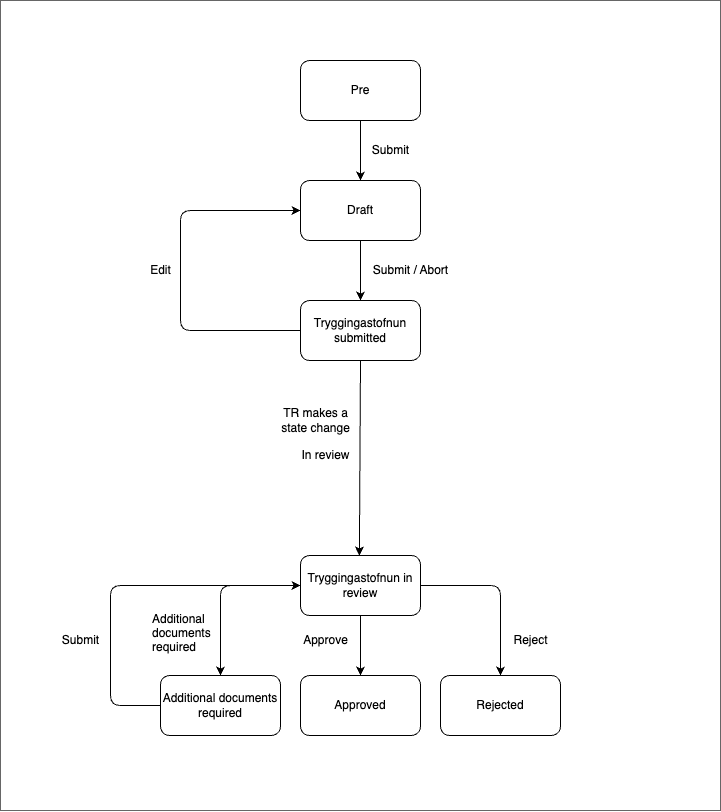
The draw.io diagram libs/application/templates/social-insurance-administration/core/assets/tr-applications-flow-chart.png in island-is/island.is, before a commit. Source tidied: cells renumbered, new cells last; positions are measured from the earlier drawing's top-left corner, leaving out a move shared by most shapes. Its diagram source:
```xml
<mxGraphModel>
  <root>
    <mxCell id="0" />
    <mxCell id="1" parent="0" />
    <mxCell id="2" style="whiteSpace=wrap;html=1;fillColor=#FFFFFF;gradientColor=none;strokeColor=#666666;" parent="1" vertex="1">
      <mxGeometry width="720" height="810" as="geometry" />
    </mxCell>
    <mxCell id="3" value="Draft" style="rounded=1;whiteSpace=wrap;html=1;" parent="1" vertex="1">
      <mxGeometry x="300" y="180" width="120" height="60" as="geometry" />
    </mxCell>
    <mxCell id="4" value="Tryggingastofnun submitted" style="rounded=1;whiteSpace=wrap;html=1;" parent="1" vertex="1">
      <mxGeometry x="300" y="300" width="120" height="60" as="geometry" />
    </mxCell>
    <mxCell id="5" value="Tryggingastofnun in review" style="rounded=1;whiteSpace=wrap;html=1;" parent="1" vertex="1">
      <mxGeometry x="300" y="555" width="120" height="60" as="geometry" />
    </mxCell>
    <mxCell id="6" value="Additional documents required" style="rounded=1;whiteSpace=wrap;html=1;" parent="1" vertex="1">
      <mxGeometry x="160" y="675" width="120" height="60" as="geometry" />
    </mxCell>
    <mxCell id="7" value="Approved" style="rounded=1;whiteSpace=wrap;html=1;" parent="1" vertex="1">
      <mxGeometry x="300" y="675" width="120" height="60" as="geometry" />
    </mxCell>
    <mxCell id="8" style="endArrow=classic;html=1;exitX=0;exitY=0.5;exitDx=0;exitDy=0;fontColor=#FFFFFF;strokeColor=#000000;entryX=0.5;entryY=0;entryDx=0;entryDy=0;" parent="1" edge="1" source="5" target="6">
      <mxGeometry relative="1" as="geometry">
        <Array as="points">
          <mxPoint x="220" y="585" />
        </Array>
      </mxGeometry>
    </mxCell>
    <mxCell id="9" style="endArrow=classic;html=1;entryX=0;entryY=0.5;entryDx=0;entryDy=0;exitX=0;exitY=0.5;exitDx=0;exitDy=0;fontColor=#FFFFFF;strokeColor=#000000;" parent="1" edge="1" source="6" target="5">
      <mxGeometry relative="1" as="geometry">
        <Array as="points">
          <mxPoint x="110" y="705" />
          <mxPoint x="110" y="585" />
        </Array>
      </mxGeometry>
    </mxCell>
    <mxCell id="10" style="endArrow=classic;html=1;fontColor=#FFFFFF;strokeColor=#000000;entryX=0;entryY=0.5;entryDx=0;entryDy=0;" parent="1" edge="1" source="4" target="3">
      <mxGeometry relative="1" as="geometry">
        <Array as="points">
          <mxPoint x="180" y="330" />
          <mxPoint x="180" y="210" />
        </Array>
      </mxGeometry>
    </mxCell>
    <mxCell id="11" value="Edit" style="text;html=1;align=center;verticalAlign=middle;strokeColor=none;fillColor=none;fontColor=#000000;" parent="1" vertex="1">
      <mxGeometry x="140" y="255" width="40" height="30" as="geometry" />
    </mxCell>
    <mxCell id="12" value="Reject" style="text;html=1;align=center;verticalAlign=middle;strokeColor=none;fillColor=none;fontColor=#000000;" parent="1" vertex="1">
      <mxGeometry x="500" y="625" width="60" height="30" as="geometry" />
    </mxCell>
    <mxCell id="13" value="Submit / Abort" style="text;html=1;align=center;verticalAlign=middle;strokeColor=none;fillColor=none;fontColor=#000000;" parent="1" vertex="1">
      <mxGeometry x="360" y="255" width="100" height="30" as="geometry" />
    </mxCell>
    <mxCell id="14" value="Additional&#10;documents &#10;required" style="text;fontColor=#000000;" parent="1" vertex="1">
      <mxGeometry x="150" y="605" width="65" height="50" as="geometry" />
    </mxCell>
    <mxCell id="15" value="Approve" style="text;html=1;align=center;verticalAlign=middle;strokeColor=none;fillColor=none;fontColor=#000000;" parent="1" vertex="1">
      <mxGeometry x="290" y="625" width="70" height="30" as="geometry" />
    </mxCell>
    <mxCell id="16" value="Submit" style="text;html=1;align=center;verticalAlign=middle;strokeColor=none;fillColor=none;fontColor=#000000;" parent="1" vertex="1">
      <mxGeometry x="50" y="625" width="60" height="30" as="geometry" />
    </mxCell>
    <mxCell id="17" value="Rejected" style="rounded=1;whiteSpace=wrap;html=1;" parent="1" vertex="1">
      <mxGeometry x="440" y="675" width="120" height="60" as="geometry" />
    </mxCell>
    <mxCell id="18" style="endArrow=classic;html=1;exitX=1;exitY=0.5;exitDx=0;exitDy=0;fontColor=#FFFFFF;strokeColor=#000000;entryX=0.5;entryY=0;entryDx=0;entryDy=0;" parent="1" edge="1" source="5" target="17">
      <mxGeometry relative="1" as="geometry">
        <Array as="points">
          <mxPoint x="500" y="585" />
        </Array>
      </mxGeometry>
    </mxCell>
    <mxCell id="19" value="TR makes a&lt;br&gt;state change" style="text;html=1;align=center;verticalAlign=middle;strokeColor=none;fillColor=none;fontColor=#000000;" parent="1" vertex="1">
      <mxGeometry x="270" y="400" width="90" height="40" as="geometry" />
    </mxCell>
    <mxCell id="20" style="endArrow=classic;html=1;fontColor=#FFFFFF;strokeColor=#000000;entryX=0.5;entryY=0;entryDx=0;entryDy=0;exitX=0.5;exitY=1;exitDx=0;exitDy=0;" parent="1" edge="1" source="4">
      <mxGeometry relative="1" as="geometry">
        <mxPoint x="358.9" y="555" as="targetPoint" />
      </mxGeometry>
    </mxCell>
    <mxCell id="21" value="Pre" style="rounded=1;whiteSpace=wrap;html=1;" parent="1" vertex="1">
      <mxGeometry x="300" y="60" width="120" height="60" as="geometry" />
    </mxCell>
    <mxCell id="22" value="Submit" style="text;html=1;align=center;verticalAlign=middle;strokeColor=none;fillColor=none;fontColor=#000000;" parent="1" vertex="1">
      <mxGeometry x="360" y="135" width="60" height="30" as="geometry" />
    </mxCell>
    <mxCell id="23" value="In review" style="text;html=1;align=center;verticalAlign=middle;strokeColor=none;fillColor=none;fontColor=#000000;" parent="1" vertex="1">
      <mxGeometry x="290" y="440" width="70" height="30" as="geometry" />
    </mxCell>
    <mxCell id="24" style="endArrow=classic;html=1;entryX=0.5;entryY=0;entryDx=0;entryDy=0;exitX=0.5;exitY=1;exitDx=0;exitDy=0;fontColor=#FFFFFF;strokeColor=#000000;" parent="1" edge="1">
      <mxGeometry relative="1" as="geometry">
        <mxPoint x="360" y="120" as="sourcePoint" />
        <mxPoint x="360" y="180" as="targetPoint" />
      </mxGeometry>
    </mxCell>
    <mxCell id="25" style="endArrow=classic;html=1;entryX=0.5;entryY=0;entryDx=0;entryDy=0;exitX=0.5;exitY=1;exitDx=0;exitDy=0;fontColor=#FFFFFF;strokeColor=#000000;" parent="1" edge="1" target="4">
      <mxGeometry relative="1" as="geometry">
        <mxPoint x="360" y="240" as="sourcePoint" />
      </mxGeometry>
    </mxCell>
    <mxCell id="26" style="endArrow=classic;html=1;exitX=1;exitY=0.5;exitDx=0;exitDy=0;fontColor=#FFFFFF;strokeColor=#000000;entryX=0.5;entryY=0;entryDx=0;entryDy=0;" parent="1" edge="1" target="7">
      <mxGeometry relative="1" as="geometry">
        <mxPoint x="360" y="615" as="sourcePoint" />
      </mxGeometry>
    </mxCell>
  </root>
</mxGraphModel>
```
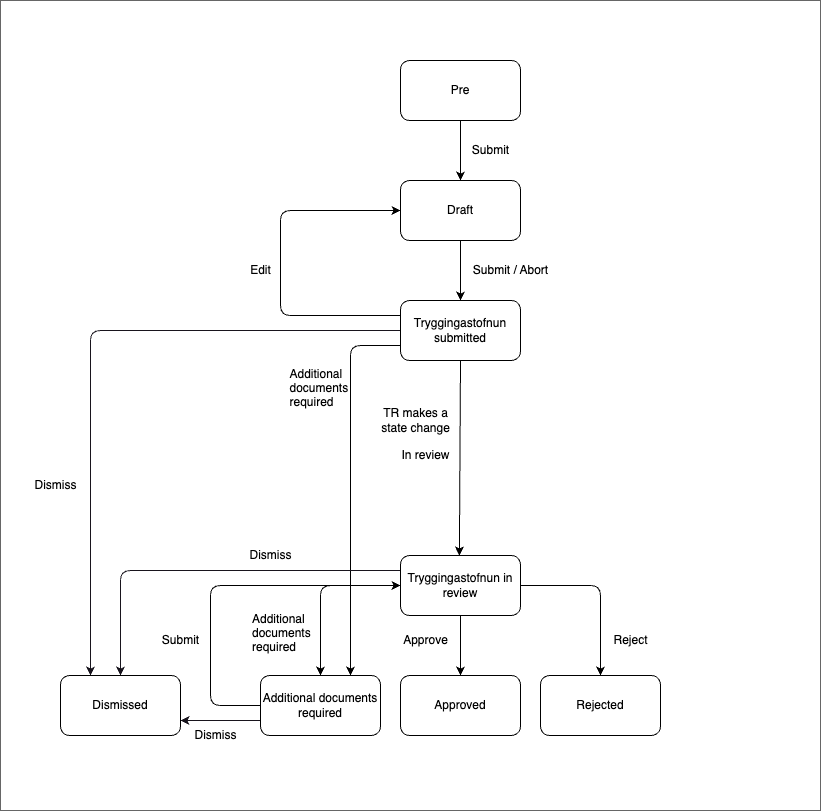
The same diagram one commit later.

Commit message:
add dismissed state and state transitions

Change to the diagram source:
```diff
@@ -3,17 +3,43 @@
     <mxCell id="0" />
     <mxCell id="1" parent="0" />
     <mxCell id="2" style="whiteSpace=wrap;html=1;fillColor=#FFFFFF;gradientColor=none;strokeColor=#666666;" parent="1" vertex="1">
-      <mxGeometry width="720" height="810" as="geometry" />
+      <mxGeometry x="-100" width="820" height="810" as="geometry" />
     </mxCell>
     <mxCell id="3" value="Draft" style="rounded=1;whiteSpace=wrap;html=1;" parent="1" vertex="1">
       <mxGeometry x="300" y="180" width="120" height="60" as="geometry" />
     </mxCell>
+    <mxCell id="27" style="edgeStyle=none;html=1;exitX=0;exitY=0.5;exitDx=0;exitDy=0;entryX=0.25;entryY=0;entryDx=0;entryDy=0;strokeColor=#18141D;" parent="1" edge="1" source="4" target="31">
+      <mxGeometry relative="1" as="geometry">
+        <Array as="points">
+          <mxPoint x="-10" y="330" />
+        </Array>
+      </mxGeometry>
+    </mxCell>
+    <mxCell id="28" style="edgeStyle=none;html=1;exitX=0;exitY=0.75;exitDx=0;exitDy=0;entryX=0.75;entryY=0;entryDx=0;entryDy=0;strokeColor=#000000;" parent="1" edge="1" source="4" target="6">
+      <mxGeometry relative="1" as="geometry">
+        <Array as="points">
+          <mxPoint x="250" y="345" />
+        </Array>
+      </mxGeometry>
+    </mxCell>
     <mxCell id="4" value="Tryggingastofnun submitted" style="rounded=1;whiteSpace=wrap;html=1;" parent="1" vertex="1">
       <mxGeometry x="300" y="300" width="120" height="60" as="geometry" />
     </mxCell>
+    <mxCell id="29" style="edgeStyle=none;html=1;exitX=0;exitY=0.25;exitDx=0;exitDy=0;entryX=0.5;entryY=0;entryDx=0;entryDy=0;strokeColor=#18141D;" parent="1" edge="1" source="5" target="31">
+      <mxGeometry relative="1" as="geometry">
+        <Array as="points">
+          <mxPoint x="20" y="570" />
+        </Array>
+      </mxGeometry>
+    </mxCell>
     <mxCell id="5" value="Tryggingastofnun in review" style="rounded=1;whiteSpace=wrap;html=1;" parent="1" vertex="1">
       <mxGeometry x="300" y="555" width="120" height="60" as="geometry" />
     </mxCell>
+    <mxCell id="30" style="edgeStyle=none;html=1;entryX=1;entryY=0.75;entryDx=0;entryDy=0;strokeColor=#18141D;" parent="1" edge="1" target="31">
+      <mxGeometry relative="1" as="geometry">
+        <mxPoint x="160" y="720" as="sourcePoint" />
+      </mxGeometry>
+    </mxCell>
     <mxCell id="6" value="Additional documents required" style="rounded=1;whiteSpace=wrap;html=1;" parent="1" vertex="1">
       <mxGeometry x="160" y="675" width="120" height="60" as="geometry" />
     </mxCell>
@@ -35,10 +61,10 @@
         </Array>
       </mxGeometry>
     </mxCell>
-    <mxCell id="10" style="endArrow=classic;html=1;fontColor=#FFFFFF;strokeColor=#000000;entryX=0;entryY=0.5;entryDx=0;entryDy=0;" parent="1" edge="1" source="4" target="3">
+    <mxCell id="10" style="endArrow=classic;html=1;fontColor=#FFFFFF;strokeColor=#000000;entryX=0;entryY=0.5;entryDx=0;entryDy=0;exitX=0;exitY=0.25;exitDx=0;exitDy=0;" parent="1" edge="1" source="4" target="3">
       <mxGeometry relative="1" as="geometry">
         <Array as="points">
-          <mxPoint x="180" y="330" />
+          <mxPoint x="180" y="315" />
           <mxPoint x="180" y="210" />
         </Array>
       </mxGeometry>
@@ -104,5 +130,20 @@
         <mxPoint x="360" y="615" as="sourcePoint" />
       </mxGeometry>
     </mxCell>
+    <mxCell id="31" value="Dismissed" style="rounded=1;whiteSpace=wrap;html=1;" parent="1" vertex="1">
+      <mxGeometry x="-40" y="675" width="120" height="60" as="geometry" />
+    </mxCell>
+    <mxCell id="32" value="Dismiss" style="text;html=1;align=center;verticalAlign=middle;strokeColor=none;fillColor=none;fontColor=#000000;" parent="1" vertex="1">
+      <mxGeometry x="80" y="720" width="70" height="30" as="geometry" />
+    </mxCell>
+    <mxCell id="33" value="Dismiss" style="text;html=1;align=center;verticalAlign=middle;strokeColor=none;fillColor=none;fontColor=#000000;" parent="1" vertex="1">
+      <mxGeometry x="135" y="540" width="70" height="30" as="geometry" />
+    </mxCell>
+    <mxCell id="34" value="Dismiss" style="text;html=1;align=center;verticalAlign=middle;strokeColor=none;fillColor=none;fontColor=#000000;" parent="1" vertex="1">
+      <mxGeometry x="-80" y="470" width="70" height="30" as="geometry" />
+    </mxCell>
+    <mxCell id="35" value="Additional&#10;documents &#10;required" style="text;fontColor=#000000;" parent="1" vertex="1">
+      <mxGeometry x="187.5" y="360" width="65" height="50" as="geometry" />
+    </mxCell>
   </root>
 </mxGraphModel>
```
